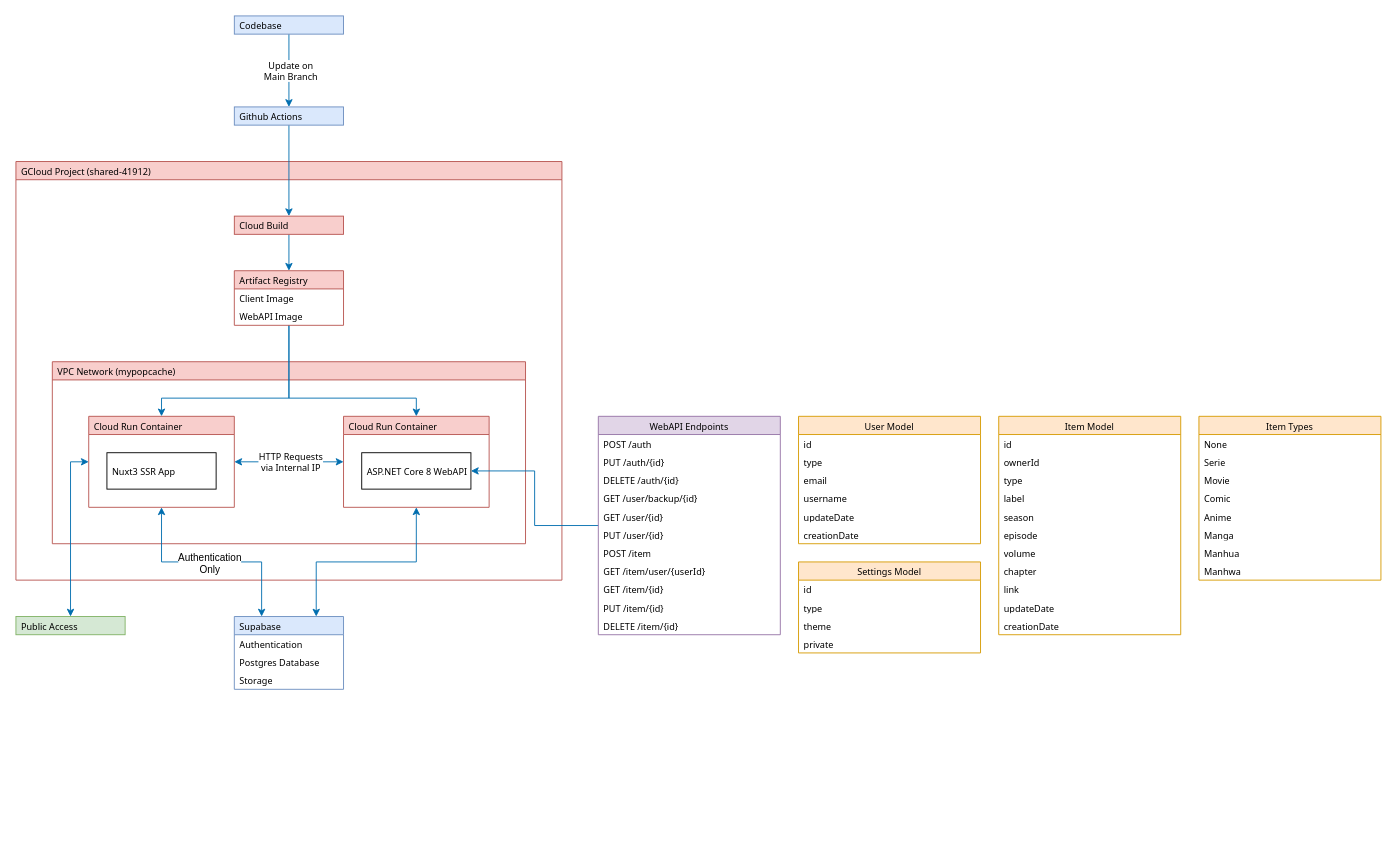
hs-wolf/mypopcache keeps this draw.io diagram as Infrastructure.drawio. Above is the earlier version. Source tidied: cells renumbered, new cells numbered last; positions are measured from the earlier drawing's top-left corner, leaving out a move shared by most shapes. Both pictures are drawn from the tidied source at 91%, with x=0, y=0 at pixel (15, 15).
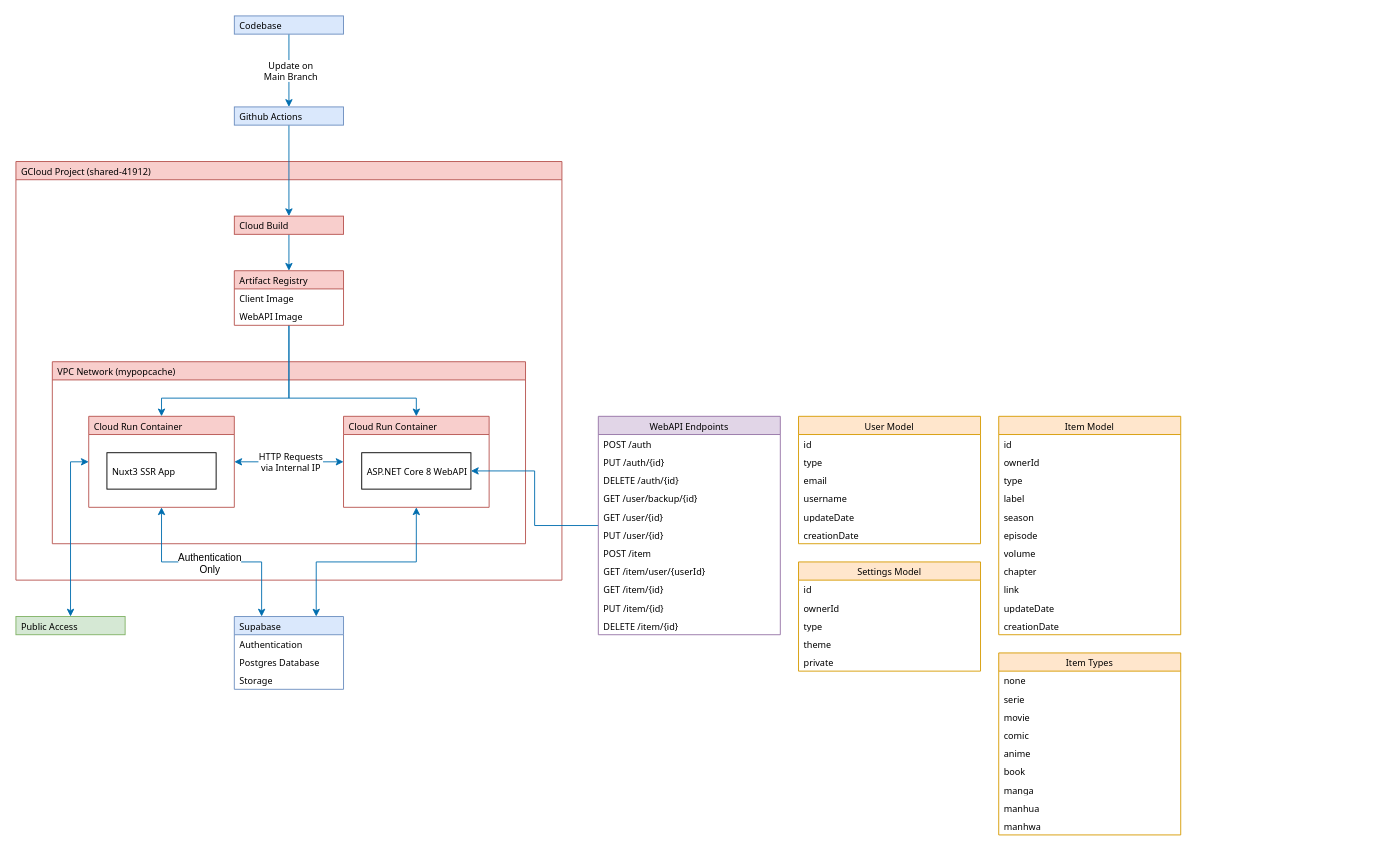
The same diagram, later.

The edit, as a diff of the source:
```diff
@@
     <mxCell id="62" value="Item Types" style="swimlane;fontStyle=0;horizontal=1;startSize=20;whiteSpace=wrap;html=1;fillColor=#ffe6cc;strokeColor=#d79b00;fontFamily=Tahoma;fontSize=10;" parent="1" vertex="1">
-      <mxGeometry x="1300" y="440" width="200" height="180" as="geometry" />
+      <mxGeometry x="1080" y="700" width="200" height="200" as="geometry" />
     </mxCell>
-    <mxCell id="63" value="None" style="text;strokeColor=none;fillColor=none;align=left;verticalAlign=middle;spacingLeft=4;spacingRight=4;overflow=hidden;whiteSpace=wrap;html=1;fontFamily=Tahoma;fontSize=10;" parent="62" vertex="1">
+    <mxCell id="63" value="none" style="text;strokeColor=none;fillColor=none;align=left;verticalAlign=middle;spacingLeft=4;spacingRight=4;overflow=hidden;whiteSpace=wrap;html=1;fontFamily=Tahoma;fontSize=10;" parent="62" vertex="1">
       <mxGeometry y="20" width="200" height="20" as="geometry" />
     </mxCell>
-    <mxCell id="64" value="Serie" style="text;strokeColor=none;fillColor=none;align=left;verticalAlign=middle;spacingLeft=4;spacingRight=4;overflow=hidden;whiteSpace=wrap;html=1;fontFamily=Tahoma;fontSize=10;" parent="62" vertex="1">
+    <mxCell id="64" value="serie" style="text;strokeColor=none;fillColor=none;align=left;verticalAlign=middle;spacingLeft=4;spacingRight=4;overflow=hidden;whiteSpace=wrap;html=1;fontFamily=Tahoma;fontSize=10;" parent="62" vertex="1">
       <mxGeometry y="40" width="200" height="20" as="geometry" />
     </mxCell>
-    <mxCell id="65" value="Movie" style="text;strokeColor=none;fillColor=none;align=left;verticalAlign=middle;spacingLeft=4;spacingRight=4;overflow=hidden;whiteSpace=wrap;html=1;fontFamily=Tahoma;fontSize=10;" parent="62" vertex="1">
+    <mxCell id="65" value="movie" style="text;strokeColor=none;fillColor=none;align=left;verticalAlign=middle;spacingLeft=4;spacingRight=4;overflow=hidden;whiteSpace=wrap;html=1;fontFamily=Tahoma;fontSize=10;" parent="62" vertex="1">
       <mxGeometry y="60" width="200" height="20" as="geometry" />
     </mxCell>
-    <mxCell id="66" value="Comic" style="text;strokeColor=none;fillColor=none;align=left;verticalAlign=middle;spacingLeft=4;spacingRight=4;overflow=hidden;whiteSpace=wrap;html=1;fontFamily=Tahoma;fontSize=10;" parent="62" vertex="1">
+    <mxCell id="66" value="comic" style="text;strokeColor=none;fillColor=none;align=left;verticalAlign=middle;spacingLeft=4;spacingRight=4;overflow=hidden;whiteSpace=wrap;html=1;fontFamily=Tahoma;fontSize=10;" parent="62" vertex="1">
       <mxGeometry y="80" width="200" height="20" as="geometry" />
     </mxCell>
-    <mxCell id="67" value="Anime" style="text;strokeColor=none;fillColor=none;align=left;verticalAlign=middle;spacingLeft=4;spacingRight=4;overflow=hidden;whiteSpace=wrap;html=1;fontFamily=Tahoma;fontSize=10;" parent="62" vertex="1">
+    <mxCell id="67" value="anime" style="text;strokeColor=none;fillColor=none;align=left;verticalAlign=middle;spacingLeft=4;spacingRight=4;overflow=hidden;whiteSpace=wrap;html=1;fontFamily=Tahoma;fontSize=10;" parent="62" vertex="1">
       <mxGeometry y="100" width="200" height="20" as="geometry" />
     </mxCell>
+    <mxCell id="76" value="book" style="text;strokeColor=none;fillColor=none;align=left;verticalAlign=middle;spacingLeft=4;spacingRight=4;overflow=hidden;whiteSpace=wrap;html=1;fontFamily=Tahoma;fontSize=10;" parent="62" vertex="1">
+      <mxGeometry y="120" width="200" height="20" as="geometry" />
+    </mxCell>
-    <mxCell id="68" value="Manga" style="text;strokeColor=none;fillColor=none;align=left;verticalAlign=middle;spacingLeft=4;spacingRight=4;overflow=hidden;whiteSpace=wrap;html=1;fontFamily=Tahoma;fontSize=10;" parent="62" vertex="1">
-      <mxGeometry y="120" width="200" height="20" as="geometry" />
+    <mxCell id="68" value="manga" style="text;strokeColor=none;fillColor=none;align=left;verticalAlign=middle;spacingLeft=4;spacingRight=4;overflow=hidden;whiteSpace=wrap;html=1;fontFamily=Tahoma;fontSize=10;" parent="62" vertex="1">
+      <mxGeometry y="140" width="200" height="20" as="geometry" />
     </mxCell>
-    <mxCell id="69" value="Manhua" style="text;strokeColor=none;fillColor=none;align=left;verticalAlign=middle;spacingLeft=4;spacingRight=4;overflow=hidden;whiteSpace=wrap;html=1;fontFamily=Tahoma;fontSize=10;" parent="62" vertex="1">
-      <mxGeometry y="140" width="200" height="20" as="geometry" />
+    <mxCell id="69" value="manhua" style="text;strokeColor=none;fillColor=none;align=left;verticalAlign=middle;spacingLeft=4;spacingRight=4;overflow=hidden;whiteSpace=wrap;html=1;fontFamily=Tahoma;fontSize=10;" parent="62" vertex="1">
+      <mxGeometry y="160" width="200" height="20" as="geometry" />
     </mxCell>
-    <mxCell id="70" value="Manhwa" style="text;strokeColor=none;fillColor=none;align=left;verticalAlign=middle;spacingLeft=4;spacingRight=4;overflow=hidden;whiteSpace=wrap;html=1;fontFamily=Tahoma;fontSize=10;" parent="62" vertex="1">
-      <mxGeometry y="160" width="200" height="20" as="geometry" />
+    <mxCell id="70" value="manhwa" style="text;strokeColor=none;fillColor=none;align=left;verticalAlign=middle;spacingLeft=4;spacingRight=4;overflow=hidden;whiteSpace=wrap;html=1;fontFamily=Tahoma;fontSize=10;" parent="62" vertex="1">
+      <mxGeometry y="180" width="200" height="20" as="geometry" />
     </mxCell>
     <mxCell id="71" value="Settings Model" style="swimlane;fontStyle=0;horizontal=1;startSize=20;whiteSpace=wrap;html=1;fillColor=#ffe6cc;strokeColor=#d79b00;fontFamily=Tahoma;fontSize=10;" parent="1" vertex="1">
-      <mxGeometry x="860" y="600" width="200" height="100" as="geometry" />
+      <mxGeometry x="860" y="600" width="200" height="120" as="geometry" />
     </mxCell>
@@
+    <mxCell id="77" value="ownerId" style="text;strokeColor=none;fillColor=none;align=left;verticalAlign=middle;spacingLeft=4;spacingRight=4;overflow=hidden;whiteSpace=wrap;html=1;fontFamily=Tahoma;fontSize=10;" parent="71" vertex="1">
+      <mxGeometry y="40" width="200" height="20" as="geometry" />
+    </mxCell>
     <mxCell id="73" value="type" style="text;strokeColor=none;fillColor=none;align=left;verticalAlign=middle;spacingLeft=4;spacingRight=4;overflow=hidden;whiteSpace=wrap;html=1;fontFamily=Tahoma;fontSize=10;" parent="71" vertex="1">
-      <mxGeometry y="40" width="200" height="20" as="geometry" />
+      <mxGeometry y="60" width="200" height="20" as="geometry" />
     </mxCell>
     <mxCell id="74" value="theme" style="text;strokeColor=none;fillColor=none;align=left;verticalAlign=middle;spacingLeft=4;spacingRight=4;overflow=hidden;whiteSpace=wrap;html=1;fontFamily=Tahoma;fontSize=10;" parent="71" vertex="1">
-      <mxGeometry y="60" width="200" height="20" as="geometry" />
+      <mxGeometry y="80" width="200" height="20" as="geometry" />
     </mxCell>
     <mxCell id="75" value="private" style="text;strokeColor=none;fillColor=none;align=left;verticalAlign=middle;spacingLeft=4;spacingRight=4;overflow=hidden;whiteSpace=wrap;html=1;fontFamily=Tahoma;fontSize=10;" parent="71" vertex="1">
-      <mxGeometry y="80" width="200" height="20" as="geometry" />
+      <mxGeometry y="100" width="200" height="20" as="geometry" />
     </mxCell>
```
